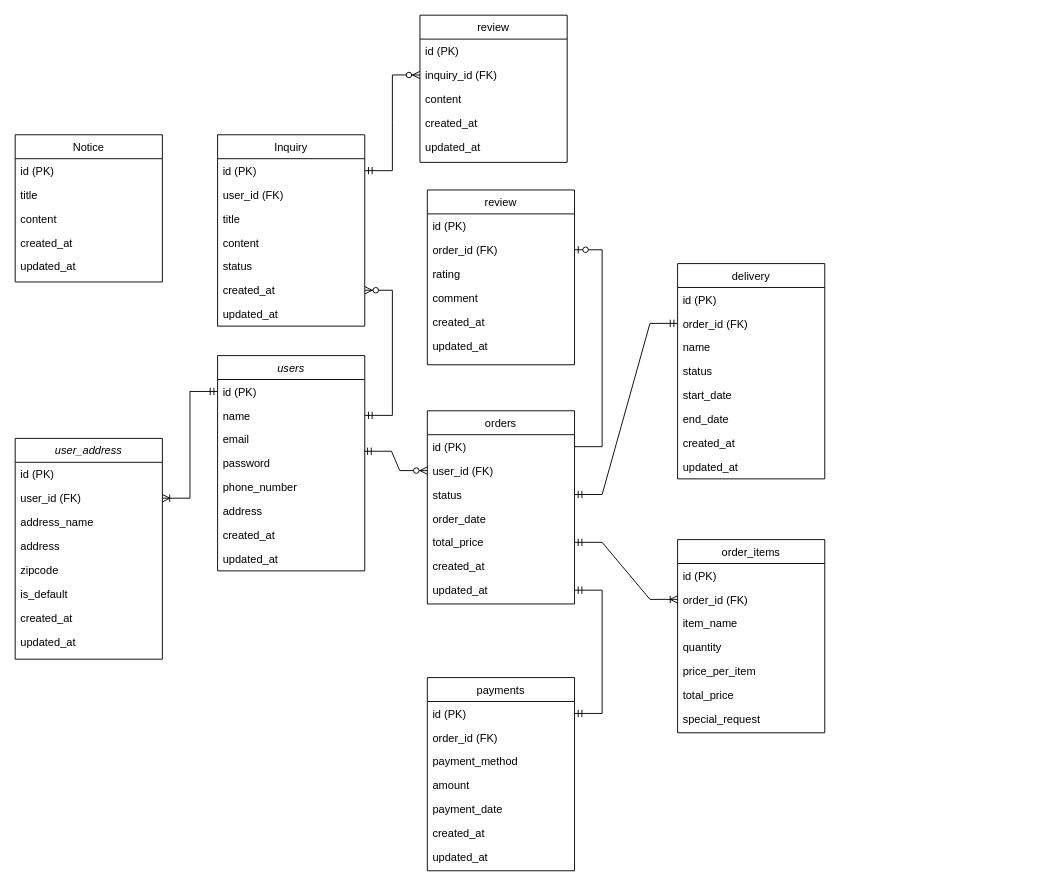
The draw.io diagram daeseda.drawio in zkvn99/daeseda-renewal, before the edit. Source tidied: cells renumbered, new cells numbered last; positions are measured from the earlier drawing's top-left corner, leaving out a move shared by most shapes. Both pictures are drawn from the tidied source at 92%, with x=0, y=0 at pixel (15, 15).
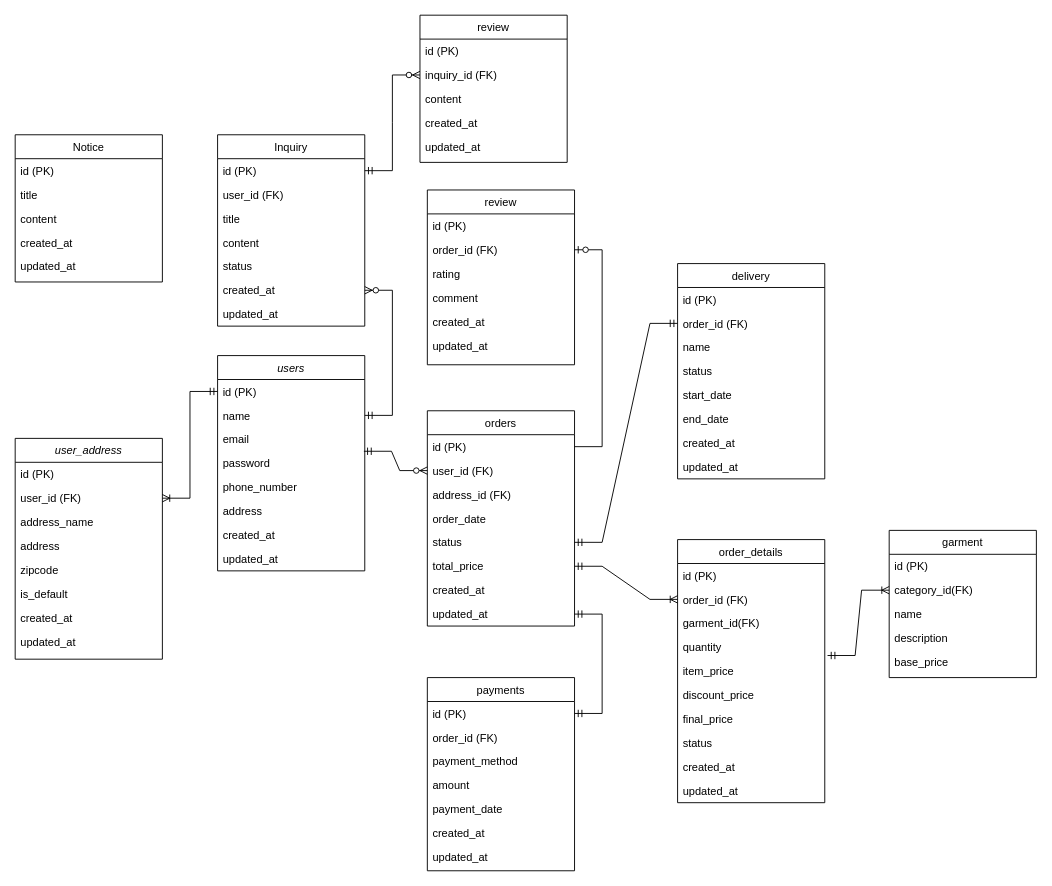
The same page after the edit.

What changed in the source:
```diff
@@
     <mxCell id="11" value="orders" style="swimlane;fontStyle=0;align=center;verticalAlign=top;horizontal=1;startSize=26;rounded=0;shadow=0;strokeWidth=1;" parent="1" vertex="1">
-      <mxGeometry x="448" y="430" width="160" height="210" as="geometry" />
+      <mxGeometry x="448" y="430" width="160" height="234" as="geometry" />
     </mxCell>
@@
+    <mxCell id="88" value="address_id (FK)" style="text;align=left;verticalAlign=top;spacingLeft=4;spacingRight=4;overflow=hidden;rounded=0;shadow=0;html=0;" parent="11" vertex="1">
+      <mxGeometry y="78" width="160" height="26" as="geometry" />
+    </mxCell>
+    <mxCell id="15" value="order_date" style="text;align=left;verticalAlign=top;spacingLeft=4;spacingRight=4;overflow=hidden;rounded=0;shadow=0;html=0;" parent="11" vertex="1">
+      <mxGeometry y="104" width="160" height="26" as="geometry" />
+    </mxCell>
     <mxCell id="14" value="status" style="text;align=left;verticalAlign=top;spacingLeft=4;spacingRight=4;overflow=hidden;points=[[0,0.5],[1,0.5]];portConstraint=eastwest;rounded=0;shadow=0;html=0;" parent="11" vertex="1">
-      <mxGeometry y="78" width="160" height="26" as="geometry" />
+      <mxGeometry y="130" width="160" height="26" as="geometry" />
     </mxCell>
-    <mxCell id="15" value="order_date" style="text;align=left;verticalAlign=top;spacingLeft=4;spacingRight=4;overflow=hidden;rounded=0;shadow=0;html=0;" parent="11" vertex="1">
-      <mxGeometry y="104" width="160" height="26" as="geometry" />
-    </mxCell>
     <mxCell id="16" value="total_price" style="text;align=left;verticalAlign=top;spacingLeft=4;spacingRight=4;overflow=hidden;points=[[0,0.5],[1,0.5]];portConstraint=eastwest;rounded=0;shadow=0;html=0;" parent="11" vertex="1">
-      <mxGeometry y="130" width="160" height="26" as="geometry" />
+      <mxGeometry y="156" width="160" height="26" as="geometry" />
     </mxCell>
     <mxCell id="17" value="created_at" style="text;align=left;verticalAlign=top;spacingLeft=4;spacingRight=4;overflow=hidden;rounded=0;shadow=0;html=0;" parent="11" vertex="1">
-      <mxGeometry y="156" width="160" height="26" as="geometry" />
+      <mxGeometry y="182" width="160" height="26" as="geometry" />
     </mxCell>
     <mxCell id="18" value="updated_at" style="text;align=left;verticalAlign=top;spacingLeft=4;spacingRight=4;overflow=hidden;points=[[0,0.5],[1,0.5]];portConstraint=eastwest;rounded=0;shadow=0;html=0;" parent="11" vertex="1">
-      <mxGeometry y="182" width="160" height="26" as="geometry" />
+      <mxGeometry y="208" width="160" height="26" as="geometry" />
     </mxCell>
@@
-    <mxCell id="20" value="order_items" style="swimlane;fontStyle=0;align=center;verticalAlign=top;horizontal=1;startSize=26;rounded=0;shadow=0;strokeWidth=1;" parent="1" vertex="1">
-      <mxGeometry x="720" y="570" width="160" height="210" as="geometry" />
+    <mxCell id="20" value="order_details" style="swimlane;fontStyle=0;align=center;verticalAlign=top;horizontal=1;startSize=26;rounded=0;shadow=0;strokeWidth=1;" parent="1" vertex="1">
+      <mxGeometry x="720" y="570" width="160" height="286" as="geometry" />
     </mxCell>
@@
-    <mxCell id="23" value="item_name" style="text;align=left;verticalAlign=top;spacingLeft=4;spacingRight=4;overflow=hidden;rounded=0;shadow=0;html=0;" parent="20" vertex="1">
-      <mxGeometry y="78" width="160" height="26" as="geometry" />
-    </mxCell>
+    <mxCell id="89" value="garment_id(FK)" style="text;align=left;verticalAlign=top;spacingLeft=4;spacingRight=4;overflow=hidden;rounded=0;shadow=0;html=0;" parent="20" vertex="1">
+      <mxGeometry y="78" width="160" height="26" as="geometry" />
+    </mxCell>
@@
+    <mxCell id="90" value="item_price" style="text;align=left;verticalAlign=top;spacingLeft=4;spacingRight=4;overflow=hidden;rounded=0;shadow=0;html=0;" parent="20" vertex="1">
+      <mxGeometry y="130" width="160" height="26" as="geometry" />
+    </mxCell>
-    <mxCell id="25" value="price_per_item" style="text;align=left;verticalAlign=top;spacingLeft=4;spacingRight=4;overflow=hidden;rounded=0;shadow=0;html=0;" parent="20" vertex="1">
-      <mxGeometry y="130" width="160" height="26" as="geometry" />
+    <mxCell id="25" value="discount_price" style="text;align=left;verticalAlign=top;spacingLeft=4;spacingRight=4;overflow=hidden;rounded=0;shadow=0;html=0;" parent="20" vertex="1">
+      <mxGeometry y="156" width="160" height="26" as="geometry" />
     </mxCell>
+    <mxCell id="91" value="final_price" style="text;align=left;verticalAlign=top;spacingLeft=4;spacingRight=4;overflow=hidden;rounded=0;shadow=0;html=0;" parent="20" vertex="1">
+      <mxGeometry y="182" width="160" height="26" as="geometry" />
+    </mxCell>
-    <mxCell id="26" value="total_price" style="text;align=left;verticalAlign=top;spacingLeft=4;spacingRight=4;overflow=hidden;rounded=0;shadow=0;html=0;" parent="20" vertex="1">
-      <mxGeometry y="156" width="160" height="26" as="geometry" />
+    <mxCell id="26" value="status" style="text;align=left;verticalAlign=top;spacingLeft=4;spacingRight=4;overflow=hidden;rounded=0;shadow=0;html=0;" parent="20" vertex="1">
+      <mxGeometry y="208" width="160" height="26" as="geometry" />
     </mxCell>
-    <mxCell id="27" value="special_request" style="text;align=left;verticalAlign=top;spacingLeft=4;spacingRight=4;overflow=hidden;rounded=0;shadow=0;html=0;" parent="20" vertex="1">
-      <mxGeometry y="182" width="160" height="26" as="geometry" />
+    <mxCell id="27" value="created_at" style="text;align=left;verticalAlign=top;spacingLeft=4;spacingRight=4;overflow=hidden;rounded=0;shadow=0;html=0;" parent="20" vertex="1">
+      <mxGeometry y="234" width="160" height="26" as="geometry" />
     </mxCell>
+    <mxCell id="92" value="updated_at" style="text;align=left;verticalAlign=top;spacingLeft=4;spacingRight=4;overflow=hidden;rounded=0;shadow=0;html=0;" parent="20" vertex="1">
+      <mxGeometry y="260" width="160" height="26" as="geometry" />
+    </mxCell>
@@
+    <mxCell id="93" value="garment" style="swimlane;fontStyle=0;align=center;verticalAlign=top;horizontal=1;startSize=26;rounded=0;shadow=0;strokeWidth=1;" parent="1" vertex="1">
+      <mxGeometry x="950" y="560" width="160" height="160" as="geometry" />
+    </mxCell>
+    <mxCell id="94" value="id (PK)" style="text;align=left;verticalAlign=top;spacingLeft=4;spacingRight=4;overflow=hidden;" parent="93" vertex="1">
+      <mxGeometry y="26" width="160" height="26" as="geometry" />
+    </mxCell>
+    <mxCell id="95" value="category_id(FK)" style="text;align=left;verticalAlign=top;spacingLeft=4;spacingRight=4;overflow=hidden;points=[[0,0.5],[1,0.5]];portConstraint=eastwest;rounded=0;shadow=0;html=0;" parent="93" vertex="1">
+      <mxGeometry y="52" width="160" height="26" as="geometry" />
+    </mxCell>
+    <mxCell id="96" value="name" style="text;align=left;verticalAlign=top;spacingLeft=4;spacingRight=4;overflow=hidden;rounded=0;shadow=0;html=0;" parent="93" vertex="1">
+      <mxGeometry y="78" width="160" height="26" as="geometry" />
+    </mxCell>
+    <mxCell id="97" value="description" style="text;align=left;verticalAlign=top;spacingLeft=4;spacingRight=4;overflow=hidden;rounded=0;shadow=0;html=0;" parent="93" vertex="1">
+      <mxGeometry y="104" width="160" height="26" as="geometry" />
+    </mxCell>
+    <mxCell id="98" value="base_price" style="text;align=left;verticalAlign=top;spacingLeft=4;spacingRight=4;overflow=hidden;rounded=0;shadow=0;html=0;" parent="93" vertex="1">
+      <mxGeometry y="130" width="160" height="26" as="geometry" />
+    </mxCell>
+    <mxCell id="99" style="edgeStyle=entityRelationEdgeStyle;fontSize=12;html=1;endArrow=ERoneToMany;startArrow=ERmandOne;rounded=0;exitX=1.019;exitY=0.846;exitDx=0;exitDy=0;exitPerimeter=0;" parent="1" edge="1" target="95">
+      <mxGeometry relative="1" as="geometry">
+        <mxPoint x="883" y="696" as="sourcePoint" />
+        <Array as="points">
+          <mxPoint x="380" y="620" />
+          <mxPoint x="460" y="680" />
+        </Array>
+      </mxGeometry>
+    </mxCell>
```
